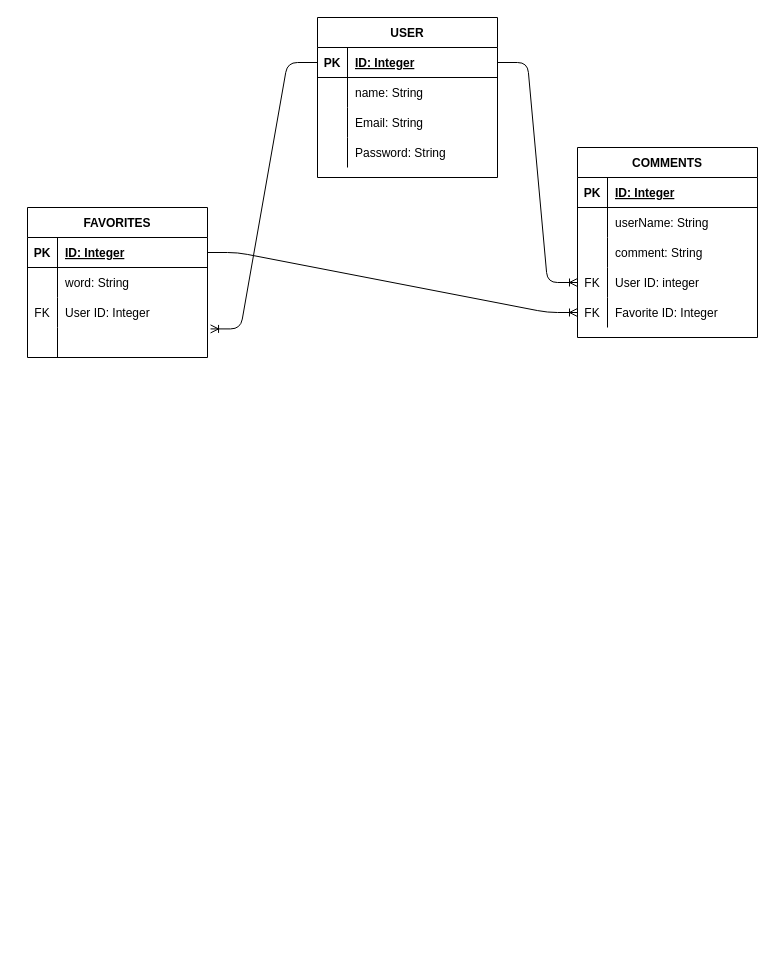
Before: erd.drawio in charleslamb212/1114-p2-auth-lesson, a draw.io diagram. Source tidied: cells renumbered, new cells numbered last; positions are measured from the earlier drawing's top-left corner, leaving out a move shared by most shapes. Both pictures are drawn from the tidied source at 100%, with x=0, y=0 at pixel (27, 17).
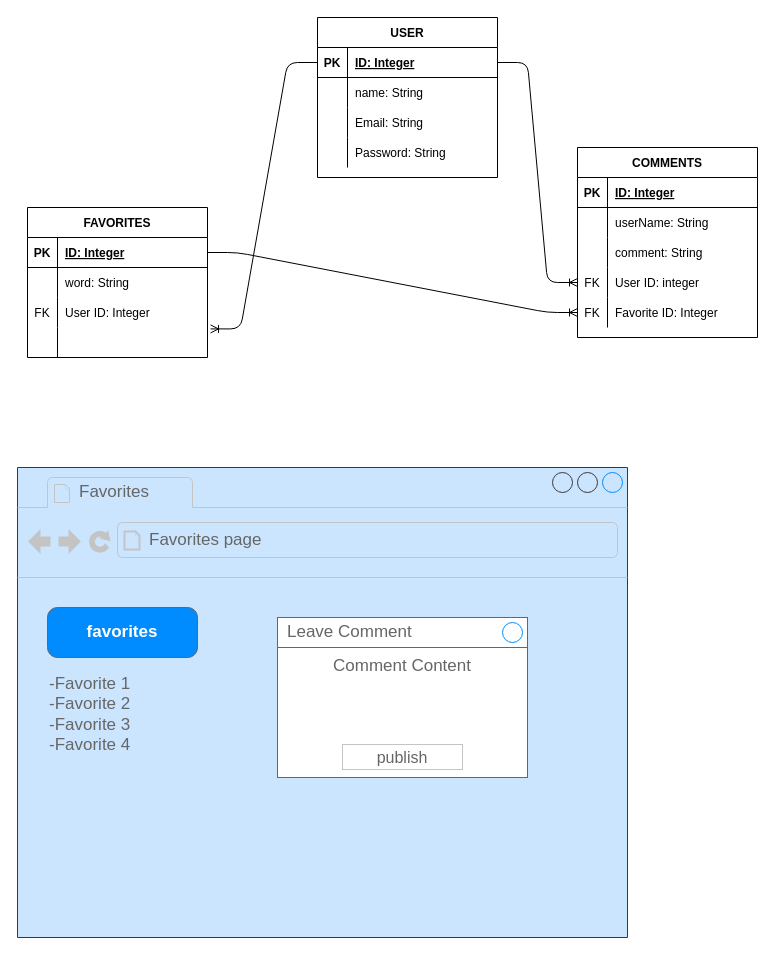
The same diagram, later.

The edit, as a diff of the source:
```diff
@@
+    <mxCell id="47" style="strokeWidth=1;shadow=0;dashed=0;align=center;html=1;shape=mxgraph.mockup.containers.browserWindow;rSize=0;strokeColor=#36393d;strokeColor2=#008cff;strokeColor3=#c4c4c4;mainText=,;fillColor=#cce5ff;fontColor=#3F2BF0;" parent="1" vertex="1">
+      <mxGeometry x="-10" y="450" width="610" height="470" as="geometry" />
+    </mxCell>
+    <mxCell id="48" value="Favorites" style="strokeWidth=1;shadow=0;dashed=0;align=center;html=1;shape=mxgraph.mockup.containers.anchor;fontSize=17;fontColor=#666666;align=left;" parent="47" vertex="1">
+      <mxGeometry x="60" y="12" width="110" height="26" as="geometry" />
+    </mxCell>
+    <mxCell id="49" value="Favorites page" style="strokeWidth=1;shadow=0;dashed=0;align=center;html=1;shape=mxgraph.mockup.containers.anchor;rSize=0;fontSize=17;fontColor=#666666;align=left;" parent="47" vertex="1">
+      <mxGeometry x="130" y="60" width="250" height="26" as="geometry" />
+    </mxCell>
+    <mxCell id="50" value="favorites" style="strokeWidth=1;shadow=0;dashed=0;align=center;html=1;shape=mxgraph.mockup.buttons.button;strokeColor=#666666;fontColor=#ffffff;mainText=;buttonStyle=round;fontSize=17;fontStyle=1;fillColor=#008cff;whiteSpace=wrap;" parent="47" vertex="1">
+      <mxGeometry x="30" y="140" width="150" height="50" as="geometry" />
+    </mxCell>
+    <mxCell id="51" value="-Favorite 1&lt;br&gt;-Favorite&amp;nbsp;2&lt;br&gt;-Favorite&amp;nbsp;3&lt;br&gt;-Favorite&amp;nbsp;4" style="strokeWidth=1;shadow=0;dashed=0;align=center;html=1;shape=mxgraph.mockup.text.bulletedList;textColor=#666666;mainText=,,,,;textSize=17;bulletStyle=none;strokeColor=none;fillColor=none;align=left;verticalAlign=top;fontSize=17;fontColor=#666666;" parent="47" vertex="1">
+      <mxGeometry x="30" y="200" width="150" height="135" as="geometry" />
+    </mxCell>
+    <mxCell id="52" value="Comment Content" style="strokeWidth=1;shadow=0;dashed=0;align=center;html=1;shape=mxgraph.mockup.containers.rrect;rSize=0;strokeColor=#666666;fontColor=#666666;fontSize=17;verticalAlign=top;whiteSpace=wrap;fillColor=#ffffff;spacingTop=32;" parent="47" vertex="1">
+      <mxGeometry x="260" y="150" width="250" height="160" as="geometry" />
+    </mxCell>
+    <mxCell id="53" value="Leave Comment" style="strokeWidth=1;shadow=0;dashed=0;align=center;html=1;shape=mxgraph.mockup.containers.rrect;rSize=0;fontSize=17;fontColor=#666666;strokeColor=#666666;align=left;spacingLeft=8;fillColor=#ffffff;" parent="52" vertex="1">
+      <mxGeometry width="250" height="30" relative="1" as="geometry" />
+    </mxCell>
+    <mxCell id="54" style="shape=ellipse;strokeColor=#008cff;fillColor=none;html=1;fontColor=#3F2BF0;" parent="53" vertex="1">
+      <mxGeometry x="1" y="0.5" width="20" height="20" relative="1" as="geometry">
+        <mxPoint x="-25" y="-10" as="offset" />
+      </mxGeometry>
+    </mxCell>
+    <mxCell id="55" value="publish" style="strokeWidth=1;shadow=0;dashed=0;align=center;html=1;shape=mxgraph.mockup.containers.rrect;rSize=0;fontSize=16;fontColor=#666666;strokeColor=#c4c4c4;whiteSpace=wrap;fillColor=#ffffff;" parent="52" vertex="1">
+      <mxGeometry x="0.5" y="1" width="120" height="25" relative="1" as="geometry">
+        <mxPoint x="-60" y="-33" as="offset" />
+      </mxGeometry>
+    </mxCell>
```
